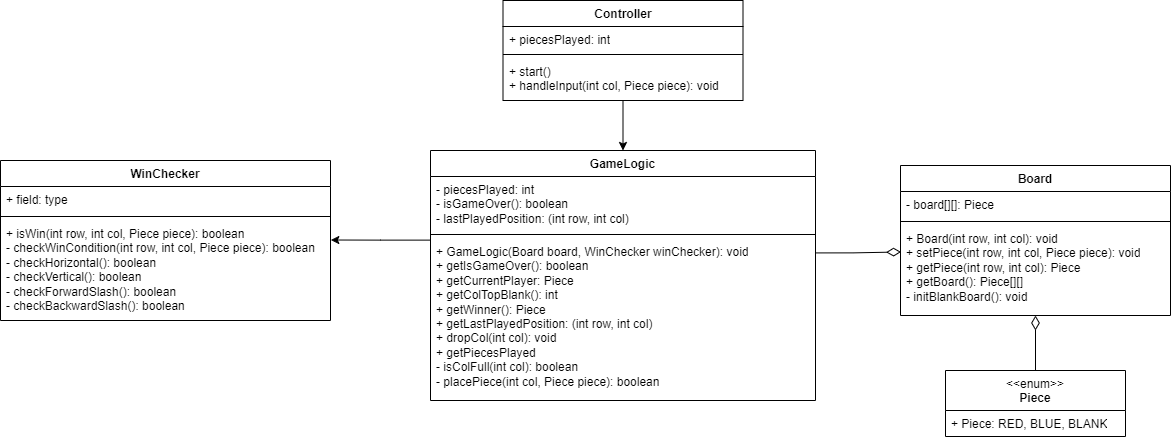
The draw.io diagram Game_Logic_Documents/ConnectFourUML(draft5).drawio.png in illiteratewaffle/RetroArcade, before a commit. Source tidied: cells renumbered, new cells last; positions are measured from the earlier drawing's top-left corner, leaving out a move shared by most shapes. The source it was exported from:
```xml
<mxGraphModel>
  <root>
    <mxCell id="0" />
    <mxCell id="1" parent="0" />
    <mxCell id="2" value="Board" style="swimlane;fontStyle=1;align=center;verticalAlign=top;horizontal=1;startSize=26;whiteSpace=wrap;html=1;" parent="1" vertex="1">
      <mxGeometry x="900" y="165" width="270" height="150" as="geometry" />
    </mxCell>
    <mxCell id="3" value="- board[][]: Piece" style="text;strokeColor=none;fillColor=none;align=left;verticalAlign=top;spacingLeft=4;spacingRight=4;overflow=hidden;whiteSpace=wrap;html=1;" parent="2" vertex="1">
      <mxGeometry y="26" width="270" height="26" as="geometry" />
    </mxCell>
    <mxCell id="4" style="line;strokeWidth=1;fillColor=none;align=left;verticalAlign=middle;spacingTop=-1;spacingLeft=3;spacingRight=3;labelPosition=right;strokeColor=inherit;" parent="2" vertex="1">
      <mxGeometry y="52" width="270" height="8" as="geometry" />
    </mxCell>
    <mxCell id="5" value="&lt;div&gt;+ Board(int row, int col): void&lt;/div&gt;&lt;div&gt;+ setPiece(&lt;span style=&quot;background-color: transparent; color: light-dark(rgb(0, 0, 0), rgb(255, 255, 255));&quot;&gt;int row, int col, Piece piece&lt;/span&gt;&lt;span style=&quot;background-color: transparent; color: light-dark(rgb(0, 0, 0), rgb(255, 255, 255));&quot;&gt;): void&lt;/span&gt;&lt;/div&gt;&lt;div&gt;+ getPiece(int row, int col): Piece&lt;span style=&quot;background-color: transparent; color: light-dark(rgb(0, 0, 0), rgb(255, 255, 255));&quot;&gt;&lt;/span&gt;&lt;/div&gt;&lt;div&gt;+ getBoard(): Piece[][]&lt;/div&gt;&lt;div&gt;- initBlankBoard(): void&lt;/div&gt;" style="text;strokeColor=none;fillColor=none;align=left;verticalAlign=top;spacingLeft=4;spacingRight=4;overflow=hidden;points=[[0,0.5],[1,0.5]];portConstraint=eastwest;whiteSpace=wrap;html=1;" parent="2" vertex="1">
      <mxGeometry y="60" width="270" height="90" as="geometry" />
    </mxCell>
    <mxCell id="6" style="edgeStyle=orthogonalEdgeStyle;rounded=0;jettySize=auto;html=1;entryX=0.5;entryY=1;entryDx=0;entryDy=0;endArrow=diamondThin;endFill=0;endSize=12;" parent="1" edge="1" source="7" target="2">
      <mxGeometry relative="1" as="geometry" />
    </mxCell>
    <mxCell id="7" value="&lt;div&gt;&lt;span style=&quot;font-weight: normal;&quot;&gt;&amp;lt;&amp;lt;enum&amp;gt;&amp;gt;&lt;/span&gt;&lt;/div&gt;Piece" style="swimlane;fontStyle=1;align=center;verticalAlign=top;horizontal=1;startSize=40;whiteSpace=wrap;html=1;" parent="1" vertex="1">
      <mxGeometry x="945" y="370" width="180" height="66" as="geometry" />
    </mxCell>
    <mxCell id="8" value="+ Piece: RED, BLUE, BLANK" style="text;strokeColor=none;fillColor=none;align=left;verticalAlign=top;spacingLeft=4;spacingRight=4;overflow=hidden;whiteSpace=wrap;html=1;" parent="7" vertex="1">
      <mxGeometry y="40" width="180" height="26" as="geometry" />
    </mxCell>
    <mxCell id="9" value="GameLogic" style="swimlane;fontStyle=1;align=center;verticalAlign=top;horizontal=1;startSize=26;whiteSpace=wrap;html=1;" parent="1" vertex="1">
      <mxGeometry x="430" y="150" width="385" height="250" as="geometry" />
    </mxCell>
    <mxCell id="10" value="&lt;div&gt;- piecesPlayed: int&lt;/div&gt;- isGameOver(): boolean&lt;div&gt;- lastPlayedPosition: (int row, int col)&lt;/div&gt;" style="text;strokeColor=none;fillColor=none;align=left;verticalAlign=top;spacingLeft=4;spacingRight=4;overflow=hidden;whiteSpace=wrap;html=1;" parent="9" vertex="1">
      <mxGeometry y="26" width="385" height="54" as="geometry" />
    </mxCell>
    <mxCell id="11" style="line;strokeWidth=1;fillColor=none;align=left;verticalAlign=middle;spacingTop=-1;spacingLeft=3;spacingRight=3;labelPosition=right;strokeColor=inherit;" parent="9" vertex="1">
      <mxGeometry y="80" width="385" height="8" as="geometry" />
    </mxCell>
    <mxCell id="12" value="&lt;div&gt;+ GameLogic(Board board, WinChecker winChecker): void&lt;/div&gt;&lt;div&gt;+ getIsGameOver(): boolean&lt;/div&gt;&lt;div&gt;&lt;span style=&quot;background-color: transparent; color: light-dark(rgb(0, 0, 0), rgb(255, 255, 255));&quot;&gt;+ getCurrentPlayer: Piece&lt;/span&gt;&lt;/div&gt;&lt;div&gt;+ getColTopBlank(): int&lt;/div&gt;&lt;div&gt;+ getWinner(): Piece&lt;/div&gt;&lt;div&gt;+ getLastPlayedPosition: (int row, int col)&lt;/div&gt;+ dropCol(int col): void&lt;div&gt;+ getPiecesPlayed&lt;br&gt;&lt;div&gt;- isColFull(int col): boolean&lt;/div&gt;&lt;div&gt;- placePiece(int col, Piece piece): boolean&lt;/div&gt;&lt;/div&gt;" style="text;strokeColor=none;fillColor=none;align=left;verticalAlign=top;spacingLeft=4;spacingRight=4;overflow=hidden;points=[[0,0.5],[1,0.5]];portConstraint=eastwest;whiteSpace=wrap;html=1;" parent="9" vertex="1">
      <mxGeometry y="88" width="385" height="162" as="geometry" />
    </mxCell>
    <mxCell id="13" value="WinChecker" style="swimlane;fontStyle=1;align=center;verticalAlign=top;horizontal=1;startSize=26;whiteSpace=wrap;html=1;" parent="1" vertex="1">
      <mxGeometry y="160" width="330" height="160" as="geometry" />
    </mxCell>
    <mxCell id="14" value="+ field: type" style="text;strokeColor=none;fillColor=none;align=left;verticalAlign=top;spacingLeft=4;spacingRight=4;overflow=hidden;whiteSpace=wrap;html=1;" parent="13" vertex="1">
      <mxGeometry y="26" width="330" height="26" as="geometry" />
    </mxCell>
    <mxCell id="15" style="line;strokeWidth=1;fillColor=none;align=left;verticalAlign=middle;spacingTop=-1;spacingLeft=3;spacingRight=3;labelPosition=right;strokeColor=inherit;" parent="13" vertex="1">
      <mxGeometry y="52" width="330" height="8" as="geometry" />
    </mxCell>
    <mxCell id="16" value="&lt;div&gt;+ isWin(int row, int col, Piece piece): boolean&lt;/div&gt;&lt;div&gt;- checkWinCondition(&lt;span class=&quot;hljs-type&quot;&gt;int&lt;/span&gt; row, &lt;span class=&quot;hljs-type&quot;&gt;int&lt;/span&gt; col, Piece piece): &lt;span class=&quot;hljs-type&quot;&gt;boolean&lt;/span&gt;&lt;/div&gt;- checkHorizontal(): boolean&lt;div&gt;- checkVertical&lt;span style=&quot;background-color: transparent; color: light-dark(rgb(0, 0, 0), rgb(255, 255, 255));&quot;&gt;()&lt;/span&gt;&lt;span style=&quot;background-color: transparent; color: light-dark(rgb(0, 0, 0), rgb(255, 255, 255));&quot;&gt;: boolean&lt;/span&gt;&lt;/div&gt;&lt;div&gt;- checkForwardSlash&lt;span style=&quot;background-color: transparent; color: light-dark(rgb(0, 0, 0), rgb(255, 255, 255));&quot;&gt;()&lt;/span&gt;&lt;span style=&quot;background-color: transparent; color: light-dark(rgb(0, 0, 0), rgb(255, 255, 255));&quot;&gt;: boolean&lt;/span&gt;&lt;/div&gt;&lt;div&gt;- checkBackwardSlash&lt;span style=&quot;background-color: transparent; color: light-dark(rgb(0, 0, 0), rgb(255, 255, 255));&quot;&gt;()&lt;/span&gt;&lt;span style=&quot;background-color: transparent; color: light-dark(rgb(0, 0, 0), rgb(255, 255, 255));&quot;&gt;: boolean&lt;/span&gt;&lt;/div&gt;" style="text;strokeColor=none;fillColor=none;align=left;verticalAlign=top;spacingLeft=4;spacingRight=4;overflow=hidden;points=[[0,0.5],[1,0.5]];portConstraint=eastwest;whiteSpace=wrap;html=1;" parent="13" vertex="1">
      <mxGeometry y="60" width="330" height="100" as="geometry" />
    </mxCell>
    <mxCell id="17" style="edgeStyle=orthogonalEdgeStyle;rounded=0;jettySize=auto;html=1;entryX=0.5;entryY=0;entryDx=0;entryDy=0;" parent="1" edge="1" source="18" target="9">
      <mxGeometry relative="1" as="geometry" />
    </mxCell>
    <mxCell id="18" value="Controller" style="swimlane;fontStyle=1;align=center;verticalAlign=top;horizontal=1;startSize=26;whiteSpace=wrap;html=1;" parent="1" vertex="1">
      <mxGeometry x="502.5" width="240" height="100" as="geometry" />
    </mxCell>
    <mxCell id="19" value="+ piecesPlayed: int&lt;div&gt;&lt;br&gt;&lt;/div&gt;" style="text;strokeColor=none;fillColor=none;align=left;verticalAlign=top;spacingLeft=4;spacingRight=4;overflow=hidden;whiteSpace=wrap;html=1;" parent="18" vertex="1">
      <mxGeometry y="26" width="240" height="24" as="geometry" />
    </mxCell>
    <mxCell id="20" style="line;strokeWidth=1;fillColor=none;align=left;verticalAlign=middle;spacingTop=-1;spacingLeft=3;spacingRight=3;labelPosition=right;strokeColor=inherit;" parent="18" vertex="1">
      <mxGeometry y="50" width="240" height="8" as="geometry" />
    </mxCell>
    <mxCell id="21" value="&lt;div&gt;&lt;span style=&quot;background-color: transparent; color: light-dark(rgb(0, 0, 0), rgb(255, 255, 255));&quot;&gt;+ start()&lt;/span&gt;&lt;/div&gt;&lt;div&gt;&lt;span style=&quot;background-color: transparent; color: light-dark(rgb(0, 0, 0), rgb(255, 255, 255));&quot;&gt;+ handleInput(int col, Piece piece): void&lt;/span&gt;&lt;br&gt;&lt;/div&gt;" style="text;strokeColor=none;fillColor=none;align=left;verticalAlign=top;spacingLeft=4;spacingRight=4;overflow=hidden;whiteSpace=wrap;html=1;" parent="18" vertex="1">
      <mxGeometry y="58" width="240" height="42" as="geometry" />
    </mxCell>
    <mxCell id="22" style="edgeStyle=orthogonalEdgeStyle;rounded=0;jettySize=auto;html=1;entryX=0.002;entryY=0.294;entryDx=0;entryDy=0;entryPerimeter=0;exitX=1.001;exitY=0.089;exitDx=0;exitDy=0;exitPerimeter=0;endArrow=diamondThin;endFill=0;endSize=12;" parent="1" edge="1" source="12" target="5">
      <mxGeometry relative="1" as="geometry" />
    </mxCell>
    <mxCell id="23" style="edgeStyle=orthogonalEdgeStyle;rounded=0;jettySize=auto;html=1;entryX=1.001;entryY=0.195;entryDx=0;entryDy=0;entryPerimeter=0;exitX=-0.002;exitY=0.01;exitDx=0;exitDy=0;exitPerimeter=0;" parent="1" edge="1" source="12" target="16">
      <mxGeometry relative="1" as="geometry" />
    </mxCell>
  </root>
</mxGraphModel>
```
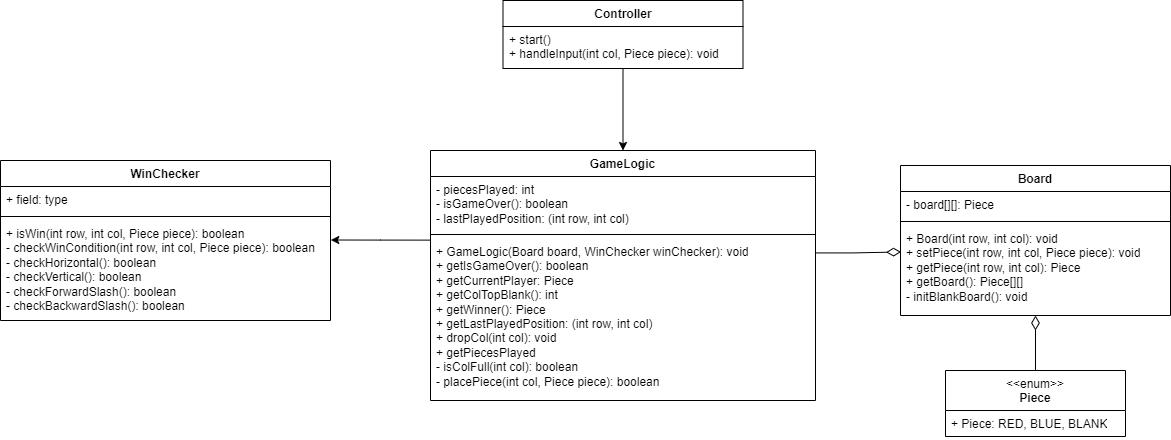
The same diagram one commit later.

Commit message:
Minor mistake in C4 UML, piecesPlayed() removed from controller class

The edit, as a diff of the source:
```diff
@@ -51,16 +51,10 @@
       <mxGeometry relative="1" as="geometry" />
     </mxCell>
     <mxCell id="18" value="Controller" style="swimlane;fontStyle=1;align=center;verticalAlign=top;horizontal=1;startSize=26;whiteSpace=wrap;html=1;" parent="1" vertex="1">
-      <mxGeometry x="502.5" width="240" height="100" as="geometry" />
+      <mxGeometry x="502.5" width="240" height="68" as="geometry" />
     </mxCell>
-    <mxCell id="19" value="+ piecesPlayed: int&lt;div&gt;&lt;br&gt;&lt;/div&gt;" style="text;strokeColor=none;fillColor=none;align=left;verticalAlign=top;spacingLeft=4;spacingRight=4;overflow=hidden;whiteSpace=wrap;html=1;" parent="18" vertex="1">
-      <mxGeometry y="26" width="240" height="24" as="geometry" />
-    </mxCell>
-    <mxCell id="20" style="line;strokeWidth=1;fillColor=none;align=left;verticalAlign=middle;spacingTop=-1;spacingLeft=3;spacingRight=3;labelPosition=right;strokeColor=inherit;" parent="18" vertex="1">
-      <mxGeometry y="50" width="240" height="8" as="geometry" />
-    </mxCell>
     <mxCell id="21" value="&lt;div&gt;&lt;span style=&quot;background-color: transparent; color: light-dark(rgb(0, 0, 0), rgb(255, 255, 255));&quot;&gt;+ start()&lt;/span&gt;&lt;/div&gt;&lt;div&gt;&lt;span style=&quot;background-color: transparent; color: light-dark(rgb(0, 0, 0), rgb(255, 255, 255));&quot;&gt;+ handleInput(int col, Piece piece): void&lt;/span&gt;&lt;br&gt;&lt;/div&gt;" style="text;strokeColor=none;fillColor=none;align=left;verticalAlign=top;spacingLeft=4;spacingRight=4;overflow=hidden;whiteSpace=wrap;html=1;" parent="18" vertex="1">
-      <mxGeometry y="58" width="240" height="42" as="geometry" />
+      <mxGeometry y="26" width="240" height="42" as="geometry" />
     </mxCell>
     <mxCell id="22" style="edgeStyle=orthogonalEdgeStyle;rounded=0;jettySize=auto;html=1;entryX=0.002;entryY=0.294;entryDx=0;entryDy=0;entryPerimeter=0;exitX=1.001;exitY=0.089;exitDx=0;exitDy=0;exitPerimeter=0;endArrow=diamondThin;endFill=0;endSize=12;" parent="1" edge="1" source="12" target="5">
       <mxGeometry relative="1" as="geometry" />
```
